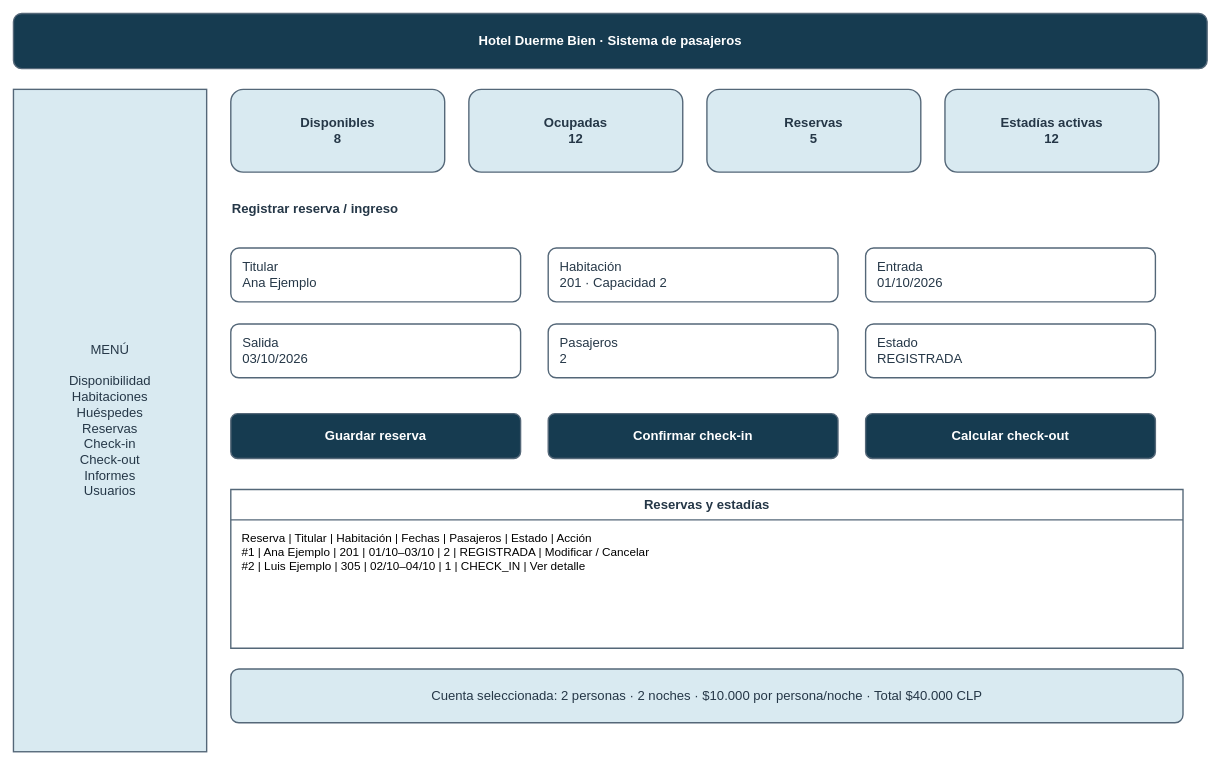
Above: diagramas-editables/mockup-completo.drawio in Yutre3/hotel-duerme-bien (draw.io), before the change. Source tidied: cells renumbered, new cells numbered last; positions are measured from the earlier drawing's top-left corner, leaving out a move shared by most shapes. Both pictures are drawn from the tidied source at 69%, with x=0, y=0 at pixel (13, 13).
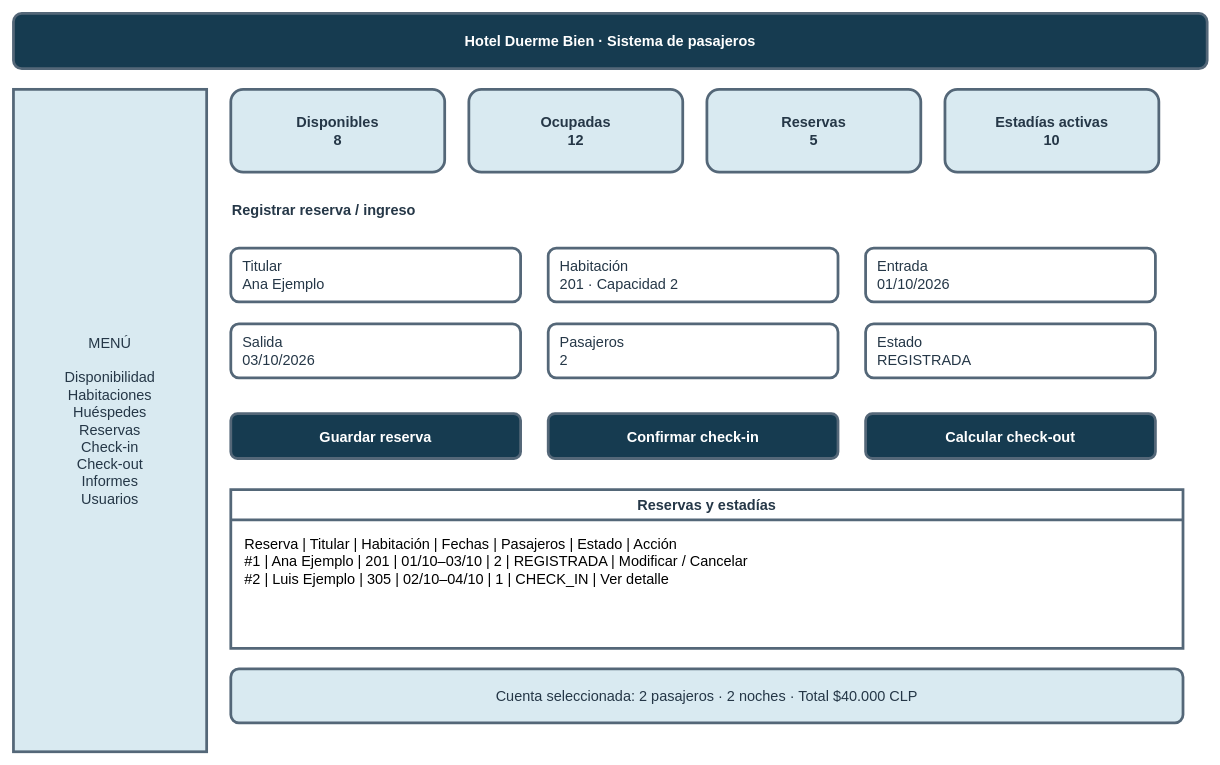
After the change.

Change to the diagram source:
```diff
@@
-    <mxCell id="2" value="Hotel Duerme Bien · Sistema de pasajeros" style="rounded=1;html=0;whiteSpace=wrap;strokeColor=#546778;strokeWidth=2;fillColor=#163b50;fontColor=#ffffff;fontSize=19;fontStyle=1;" parent="1" vertex="1">
+    <mxCell id="2" value="Hotel Duerme Bien · Sistema de pasajeros" style="rounded=1;html=0;whiteSpace=wrap;strokeColor=#546778;strokeWidth=4;fillColor=#163b50;fontColor=#ffffff;fontSize=21;fontStyle=1;" parent="1" vertex="1">
       <mxGeometry width="1730" height="80" as="geometry" />
     </mxCell>
-    <mxCell id="3" value="MENÚ&#10;&#10;Disponibilidad&#10;Habitaciones&#10;Huéspedes&#10;Reservas&#10;Check-in&#10;Check-out&#10;Informes&#10;Usuarios" style="rounded=0;html=0;whiteSpace=wrap;strokeColor=#546778;strokeWidth=2;fillColor=#d9eaf1;fontColor=#253747;fontSize=19;" parent="1" vertex="1">
+    <mxCell id="3" value="MENÚ&#10;&#10;Disponibilidad&#10;Habitaciones&#10;Huéspedes&#10;Reservas&#10;Check-in&#10;Check-out&#10;Informes&#10;Usuarios" style="rounded=0;html=0;whiteSpace=wrap;strokeColor=#546778;strokeWidth=4;fillColor=#d9eaf1;fontColor=#253747;fontSize=21;" parent="1" vertex="1">
       <mxGeometry y="110" width="280" height="960" as="geometry" />
     </mxCell>
-    <mxCell id="4" value="Disponibles&#10;8" style="rounded=1;html=0;whiteSpace=wrap;strokeColor=#546778;strokeWidth=2;fillColor=#d9eaf1;fontColor=#253747;fontSize=19;fontStyle=1;" parent="1" vertex="1">
+    <mxCell id="4" value="Disponibles&#10;8" style="rounded=1;html=0;whiteSpace=wrap;strokeColor=#546778;strokeWidth=4;fillColor=#d9eaf1;fontColor=#253747;fontSize=21;fontStyle=1;" parent="1" vertex="1">
       <mxGeometry x="315" y="110" width="310" height="120" as="geometry" />
     </mxCell>
-    <mxCell id="5" value="Ocupadas&#10;12" style="rounded=1;html=0;whiteSpace=wrap;strokeColor=#546778;strokeWidth=2;fillColor=#d9eaf1;fontColor=#253747;fontSize=19;fontStyle=1;" parent="1" vertex="1">
+    <mxCell id="5" value="Ocupadas&#10;12" style="rounded=1;html=0;whiteSpace=wrap;strokeColor=#546778;strokeWidth=4;fillColor=#d9eaf1;fontColor=#253747;fontSize=21;fontStyle=1;" parent="1" vertex="1">
       <mxGeometry x="660" y="110" width="310" height="120" as="geometry" />
     </mxCell>
-    <mxCell id="6" value="Reservas&#10;5" style="rounded=1;html=0;whiteSpace=wrap;strokeColor=#546778;strokeWidth=2;fillColor=#d9eaf1;fontColor=#253747;fontSize=19;fontStyle=1;" parent="1" vertex="1">
+    <mxCell id="6" value="Reservas&#10;5" style="rounded=1;html=0;whiteSpace=wrap;strokeColor=#546778;strokeWidth=4;fillColor=#d9eaf1;fontColor=#253747;fontSize=21;fontStyle=1;" parent="1" vertex="1">
       <mxGeometry x="1005" y="110" width="310" height="120" as="geometry" />
     </mxCell>
-    <mxCell id="7" value="Estadías activas&#10;12" style="rounded=1;html=0;whiteSpace=wrap;strokeColor=#546778;strokeWidth=2;fillColor=#d9eaf1;fontColor=#253747;fontSize=19;fontStyle=1;" parent="1" vertex="1">
+    <mxCell id="7" value="Estadías activas&#10;10" style="rounded=1;html=0;whiteSpace=wrap;strokeColor=#546778;strokeWidth=4;fillColor=#d9eaf1;fontColor=#253747;fontSize=21;fontStyle=1;" parent="1" vertex="1">
       <mxGeometry x="1350" y="110" width="310" height="120" as="geometry" />
     </mxCell>
-    <mxCell id="8" value="Registrar reserva / ingreso" style="text;strokeColor=none;fillColor=none;align=left;html=0;whiteSpace=wrap;strokeColor=#546778;strokeWidth=2;fillColor=#ffffff;fontColor=#253747;fontSize=19;fontStyle=1;strokeColor=none;fillColor=none;" parent="1" vertex="1">
+    <mxCell id="8" value="Registrar reserva / ingreso" style="text;strokeColor=none;fillColor=none;align=left;html=0;whiteSpace=wrap;strokeColor=#546778;strokeWidth=4;fillColor=#ffffff;fontColor=#253747;fontSize=21;fontStyle=1;strokeColor=none;fillColor=none;" parent="1" vertex="1">
       <mxGeometry x="315" y="265" width="1380" height="55" as="geometry" />
     </mxCell>
-    <mxCell id="9" value="Titular&#10;Ana Ejemplo" style="rounded=1;align=left;spacingLeft=15;html=0;whiteSpace=wrap;strokeColor=#546778;strokeWidth=2;fillColor=#ffffff;fontColor=#253747;fontSize=19;" parent="1" vertex="1">
+    <mxCell id="9" value="Titular&#10;Ana Ejemplo" style="rounded=1;align=left;spacingLeft=15;html=0;whiteSpace=wrap;strokeColor=#546778;strokeWidth=4;fillColor=#ffffff;fontColor=#253747;fontSize=21;" parent="1" vertex="1">
       <mxGeometry x="315" y="340" width="420" height="78" as="geometry" />
     </mxCell>
-    <mxCell id="10" value="Habitación&#10;201 · Capacidad 2" style="rounded=1;align=left;spacingLeft=15;html=0;whiteSpace=wrap;strokeColor=#546778;strokeWidth=2;fillColor=#ffffff;fontColor=#253747;fontSize=19;" parent="1" vertex="1">
+    <mxCell id="10" value="Habitación&#10;201 · Capacidad 2" style="rounded=1;align=left;spacingLeft=15;html=0;whiteSpace=wrap;strokeColor=#546778;strokeWidth=4;fillColor=#ffffff;fontColor=#253747;fontSize=21;" parent="1" vertex="1">
       <mxGeometry x="775" y="340" width="420" height="78" as="geometry" />
     </mxCell>
-    <mxCell id="11" value="Entrada&#10;01/10/2026" style="rounded=1;align=left;spacingLeft=15;html=0;whiteSpace=wrap;strokeColor=#546778;strokeWidth=2;fillColor=#ffffff;fontColor=#253747;fontSize=19;" parent="1" vertex="1">
+    <mxCell id="11" value="Entrada&#10;01/10/2026" style="rounded=1;align=left;spacingLeft=15;html=0;whiteSpace=wrap;strokeColor=#546778;strokeWidth=4;fillColor=#ffffff;fontColor=#253747;fontSize=21;" parent="1" vertex="1">
       <mxGeometry x="1235" y="340" width="420" height="78" as="geometry" />
     </mxCell>
-    <mxCell id="12" value="Salida&#10;03/10/2026" style="rounded=1;align=left;spacingLeft=15;html=0;whiteSpace=wrap;strokeColor=#546778;strokeWidth=2;fillColor=#ffffff;fontColor=#253747;fontSize=19;" parent="1" vertex="1">
+    <mxCell id="12" value="Salida&#10;03/10/2026" style="rounded=1;align=left;spacingLeft=15;html=0;whiteSpace=wrap;strokeColor=#546778;strokeWidth=4;fillColor=#ffffff;fontColor=#253747;fontSize=21;" parent="1" vertex="1">
       <mxGeometry x="315" y="450" width="420" height="78" as="geometry" />
     </mxCell>
-    <mxCell id="13" value="Pasajeros&#10;2" style="rounded=1;align=left;spacingLeft=15;html=0;whiteSpace=wrap;strokeColor=#546778;strokeWidth=2;fillColor=#ffffff;fontColor=#253747;fontSize=19;" parent="1" vertex="1">
+    <mxCell id="13" value="Pasajeros&#10;2" style="rounded=1;align=left;spacingLeft=15;html=0;whiteSpace=wrap;strokeColor=#546778;strokeWidth=4;fillColor=#ffffff;fontColor=#253747;fontSize=21;" parent="1" vertex="1">
       <mxGeometry x="775" y="450" width="420" height="78" as="geometry" />
     </mxCell>
-    <mxCell id="14" value="Estado&#10;REGISTRADA" style="rounded=1;align=left;spacingLeft=15;html=0;whiteSpace=wrap;strokeColor=#546778;strokeWidth=2;fillColor=#ffffff;fontColor=#253747;fontSize=19;" parent="1" vertex="1">
+    <mxCell id="14" value="Estado&#10;REGISTRADA" style="rounded=1;align=left;spacingLeft=15;html=0;whiteSpace=wrap;strokeColor=#546778;strokeWidth=4;fillColor=#ffffff;fontColor=#253747;fontSize=21;" parent="1" vertex="1">
       <mxGeometry x="1235" y="450" width="420" height="78" as="geometry" />
     </mxCell>
-    <mxCell id="15" value="Guardar reserva" style="rounded=1;html=0;whiteSpace=wrap;strokeColor=#546778;strokeWidth=2;fillColor=#163b50;fontColor=#ffffff;fontSize=19;fontStyle=1;" parent="1" vertex="1">
+    <mxCell id="15" value="Guardar reserva" style="rounded=1;html=0;whiteSpace=wrap;strokeColor=#546778;strokeWidth=4;fillColor=#163b50;fontColor=#ffffff;fontSize=21;fontStyle=1;" parent="1" vertex="1">
       <mxGeometry x="315" y="580" width="420" height="65" as="geometry" />
     </mxCell>
-    <mxCell id="16" value="Confirmar check-in" style="rounded=1;html=0;whiteSpace=wrap;strokeColor=#546778;strokeWidth=2;fillColor=#163b50;fontColor=#ffffff;fontSize=19;fontStyle=1;" parent="1" vertex="1">
+    <mxCell id="16" value="Confirmar check-in" style="rounded=1;html=0;whiteSpace=wrap;strokeColor=#546778;strokeWidth=4;fillColor=#163b50;fontColor=#ffffff;fontSize=21;fontStyle=1;" parent="1" vertex="1">
       <mxGeometry x="775" y="580" width="420" height="65" as="geometry" />
     </mxCell>
-    <mxCell id="17" value="Calcular check-out" style="rounded=1;html=0;whiteSpace=wrap;strokeColor=#546778;strokeWidth=2;fillColor=#163b50;fontColor=#ffffff;fontSize=19;fontStyle=1;" parent="1" vertex="1">
+    <mxCell id="17" value="Calcular check-out" style="rounded=1;html=0;whiteSpace=wrap;strokeColor=#546778;strokeWidth=4;fillColor=#163b50;fontColor=#ffffff;fontSize=21;fontStyle=1;" parent="1" vertex="1">
       <mxGeometry x="1235" y="580" width="420" height="65" as="geometry" />
     </mxCell>
-    <mxCell id="18" value="Reservas y estadías" style="shape=swimlane;startSize=44;horizontal=1;html=0;whiteSpace=wrap;strokeColor=#546778;strokeWidth=2;fillColor=#ffffff;fontColor=#253747;fontSize=19;fontStyle=1;" parent="1" vertex="1">
+    <mxCell id="18" value="Reservas y estadías" style="shape=swimlane;startSize=44;horizontal=1;html=0;whiteSpace=wrap;strokeColor=#546778;strokeWidth=4;fillColor=#ffffff;fontColor=#253747;fontSize=21;fontStyle=1;" parent="1" vertex="1">
       <mxGeometry x="315" y="690" width="1380" height="230" as="geometry" />
     </mxCell>
-    <mxCell id="19" value="Reserva | Titular | Habitación | Fechas | Pasajeros | Estado | Acción&#10;#1 | Ana Ejemplo | 201 | 01/10–03/10 | 2 | REGISTRADA | Modificar / Cancelar&#10;#2 | Luis Ejemplo | 305 | 02/10–04/10 | 1 | CHECK_IN | Ver detalle" style="text;html=0;strokeColor=none;fillColor=none;align=left;verticalAlign=top;spacingLeft=14;fontSize=17;" parent="18" vertex="1">
-      <mxGeometry y="54" width="1380" height="84" as="geometry" />
+    <mxCell id="19" value="Reserva | Titular | Habitación | Fechas | Pasajeros | Estado | Acción&#10;#1 | Ana Ejemplo | 201 | 01/10–03/10 | 2 | REGISTRADA | Modificar / Cancelar&#10;#2 | Luis Ejemplo | 305 | 02/10–04/10 | 1 | CHECK_IN | Ver detalle" style="text;html=0;strokeColor=none;fillColor=none;align=left;verticalAlign=top;spacingLeft=18;fontSize=21;" parent="18" vertex="1">
+      <mxGeometry y="60" width="1380" height="102" as="geometry" />
     </mxCell>
-    <mxCell id="20" value="Cuenta seleccionada: 2 personas · 2 noches · $10.000 por persona/noche · Total $40.000 CLP" style="rounded=1;html=0;whiteSpace=wrap;strokeColor=#546778;strokeWidth=2;fillColor=#d9eaf1;fontColor=#253747;fontSize=19;" parent="1" vertex="1">
+    <mxCell id="20" value="Cuenta seleccionada: 2 pasajeros · 2 noches · Total $40.000 CLP" style="rounded=1;html=0;whiteSpace=wrap;strokeColor=#546778;strokeWidth=4;fillColor=#d9eaf1;fontColor=#253747;fontSize=21;" parent="1" vertex="1">
       <mxGeometry x="315" y="950" width="1380" height="78" as="geometry" />
     </mxCell>
```
